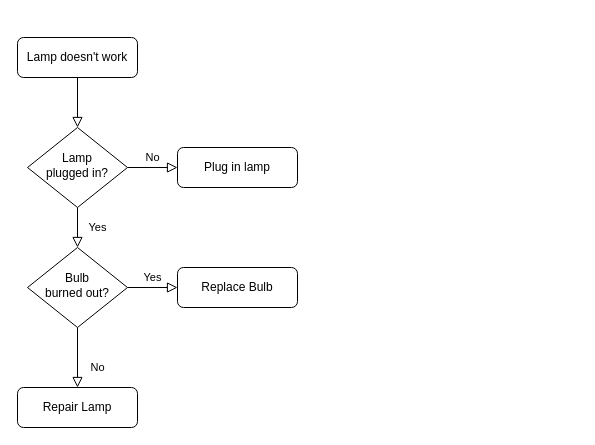
Before: portal/Untitled Diagram.drawio in pyplzy/mylab, a draw.io diagram. Source tidied: cells renumbered, new cells numbered last; positions are measured from the earlier drawing's top-left corner, leaving out a move shared by most shapes. Both pictures are drawn from the tidied source at 100%, with x=0, y=0 at pixel (17, 37).
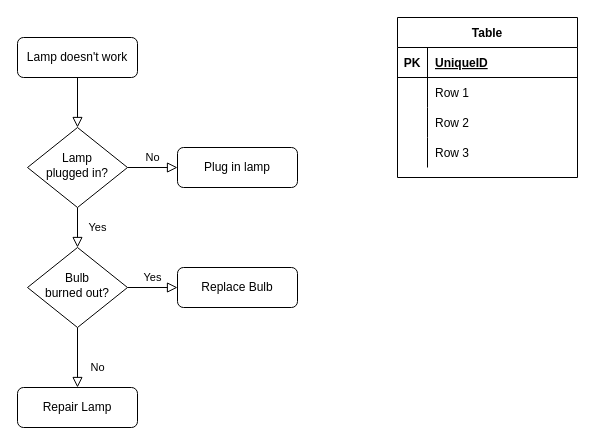
After the change.

The edit, as a diff of the source:
```diff
@@
+    <mxCell id="13" value="Table" style="shape=table;startSize=30;childLayout=tableLayout;rowLines=0;fontStyle=1;align=center;" parent="1" vertex="1">
+      <mxGeometry x="380" y="-20" width="180" height="160" as="geometry" />
+    </mxCell>
+    <mxCell id="14" style="shape=partialRectangle;fillColor=none;top=0;left=0;bottom=1;right=0;" parent="13" vertex="1">
+      <mxGeometry y="30" width="180" height="30" as="geometry" />
+    </mxCell>
+    <mxCell id="15" value="PK" style="shape=partialRectangle;fillColor=none;top=0;left=0;bottom=0;right=0;fontStyle=1;overflow=hidden;" parent="14" vertex="1">
+      <mxGeometry width="30" height="30" as="geometry" />
+    </mxCell>
+    <mxCell id="16" value="UniqueID" style="shape=partialRectangle;fillColor=none;top=0;left=0;bottom=0;right=0;align=left;spacingLeft=6;fontStyle=5;overflow=hidden;" parent="14" vertex="1">
+      <mxGeometry x="30" width="150" height="30" as="geometry" />
+    </mxCell>
+    <mxCell id="17" style="shape=partialRectangle;fillColor=none;top=0;left=0;bottom=0;right=0;" parent="13" vertex="1">
+      <mxGeometry y="60" width="180" height="30" as="geometry" />
+    </mxCell>
+    <mxCell id="18" style="shape=partialRectangle;fillColor=none;top=0;left=0;bottom=0;right=0;overflow=hidden;" parent="17" vertex="1">
+      <mxGeometry width="30" height="30" as="geometry" />
+    </mxCell>
+    <mxCell id="19" value="Row 1" style="shape=partialRectangle;fillColor=none;top=0;left=0;bottom=0;right=0;align=left;spacingLeft=6;overflow=hidden;" parent="17" vertex="1">
+      <mxGeometry x="30" width="150" height="30" as="geometry" />
+    </mxCell>
+    <mxCell id="20" style="shape=partialRectangle;fillColor=none;top=0;left=0;bottom=0;right=0;" parent="13" vertex="1">
+      <mxGeometry y="90" width="180" height="30" as="geometry" />
+    </mxCell>
+    <mxCell id="21" style="shape=partialRectangle;fillColor=none;top=0;left=0;bottom=0;right=0;overflow=hidden;" parent="20" vertex="1">
+      <mxGeometry width="30" height="30" as="geometry" />
+    </mxCell>
+    <mxCell id="22" value="Row 2" style="shape=partialRectangle;fillColor=none;top=0;left=0;bottom=0;right=0;align=left;spacingLeft=6;overflow=hidden;" parent="20" vertex="1">
+      <mxGeometry x="30" width="150" height="30" as="geometry" />
+    </mxCell>
+    <mxCell id="23" style="shape=partialRectangle;fillColor=none;top=0;left=0;bottom=0;right=0;" parent="13" vertex="1">
+      <mxGeometry y="120" width="180" height="30" as="geometry" />
+    </mxCell>
+    <mxCell id="24" style="shape=partialRectangle;fillColor=none;top=0;left=0;bottom=0;right=0;overflow=hidden;" parent="23" vertex="1">
+      <mxGeometry width="30" height="30" as="geometry" />
+    </mxCell>
+    <mxCell id="25" value="Row 3" style="shape=partialRectangle;fillColor=none;top=0;left=0;bottom=0;right=0;align=left;spacingLeft=6;overflow=hidden;" parent="23" vertex="1">
+      <mxGeometry x="30" width="150" height="30" as="geometry" />
+    </mxCell>
```
